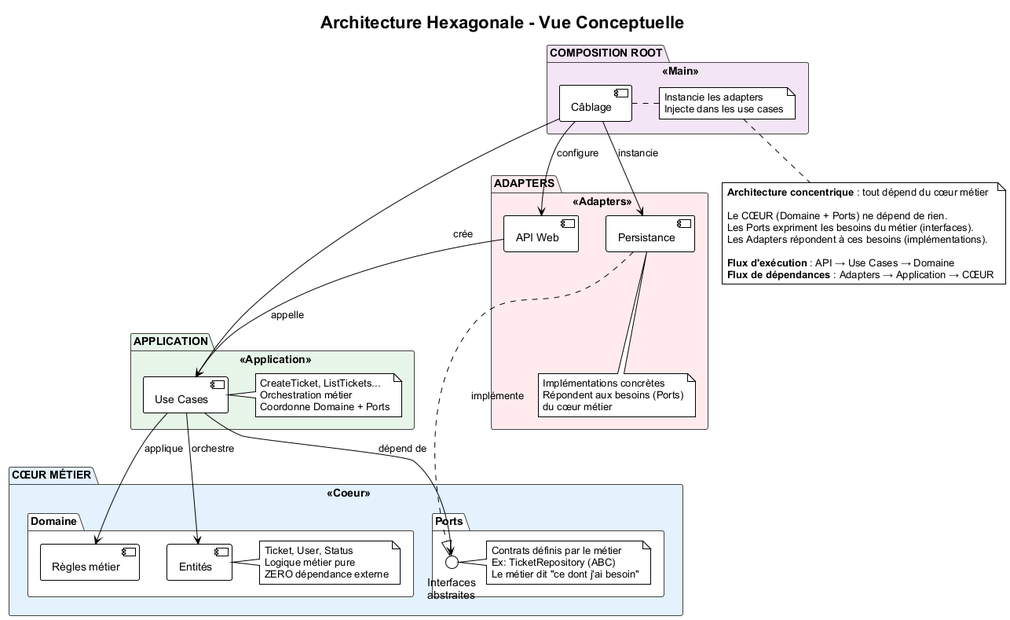
The PlantUML diagram docs/architecture/01_vue_conceptuelle.png in Marcennaji/architecture-logicielle-BUT2-ressources, before a commit.
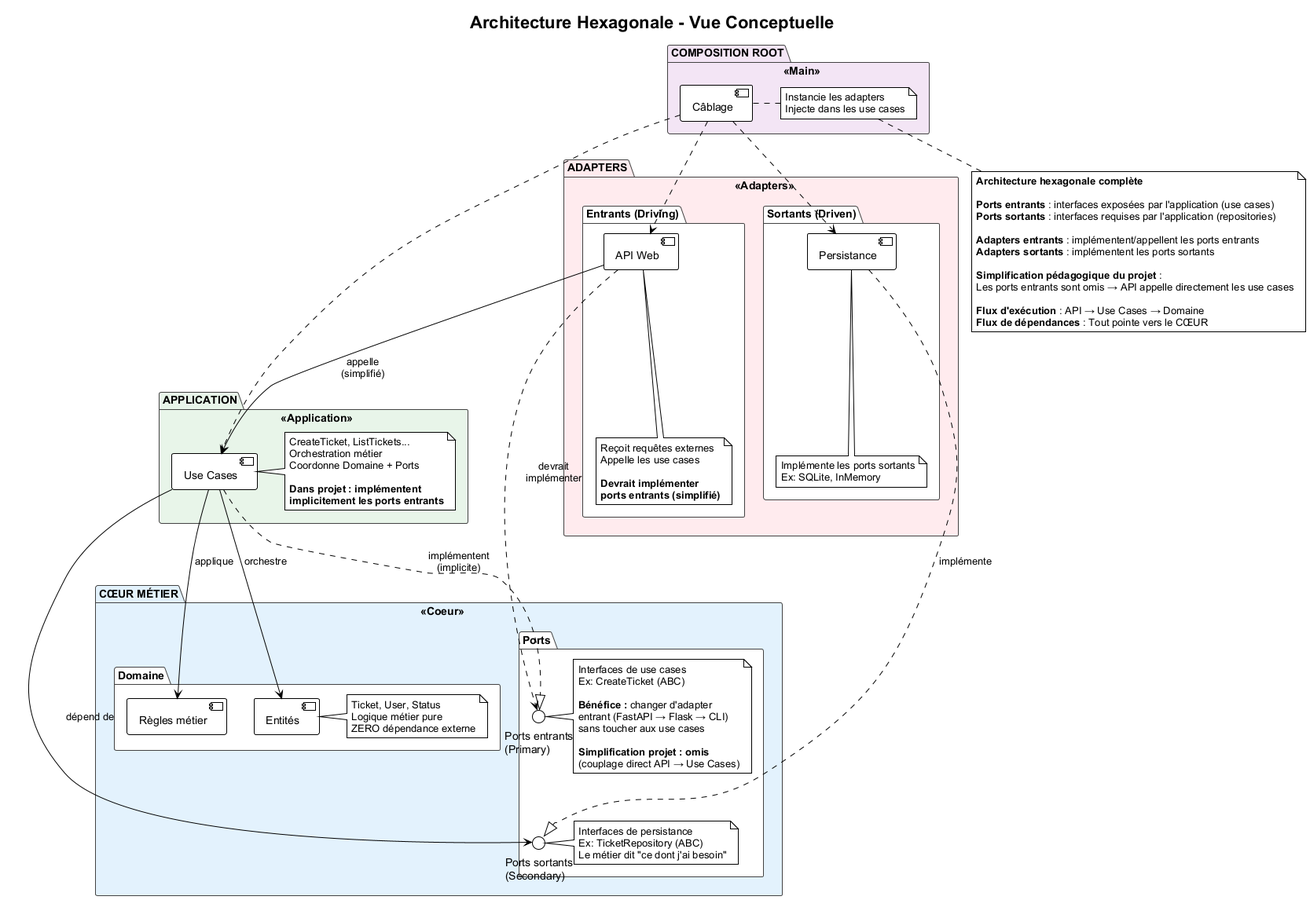
The same diagram one commit later.

Commit message:
modif schema vue conceptuelle

The edit, as a diff of the source:
```diff
@@ -26,9 +26,25 @@
   }
 
   package "Ports" {
-    interface "Interfaces\nabstraites" as ports
-    note right of ports
-      Contrats définis par le métier
+    interface "Ports entrants\n(Primary)" as ports_in
+    interface "Ports sortants\n(Secondary)" as ports_out
+
+    ports_in -[hidden]- ports_out
+
+    note right of ports_in
+      Interfaces de use cases
+      Ex: CreateTicket (ABC)
+
+      **Bénéfice :** changer d'adapter
+      entrant (FastAPI → Flask → CLI)
+      sans toucher aux use cases
+
+      **Simplification projet : omis**
+      (couplage direct API → Use Cases)
+    end note
+
+    note right of ports_out
+      Interfaces de persistance
       Ex: TicketRepository (ABC)
       Le métier dit "ce dont j'ai besoin"
     end note
@@ -41,17 +57,31 @@
     CreateTicket, ListTickets...
     Orchestration métier
     Coordonne Domaine + Ports
+
+    **Dans projet : implémentent**
+    **implicitement les ports entrants**
   end note
 }
 
 package "ADAPTERS" <<Adapters>> {
-  [API Web]
-  [Persistance]
-  note bottom of [Persistance]
-    Implémentations concrètes
-    Répondent aux besoins (Ports)
-    du cœur métier
-  end note
+  package "Entrants (Driving)" {
+    [API Web]
+    note bottom of [API Web]
+      Reçoit requêtes externes
+      Appelle les use cases
+
+      **Devrait implémenter**
+      **ports entrants (simplifié)**
+    end note
+  }
+
+  package "Sortants (Driven)" {
+    [Persistance]
+    note bottom of [Persistance]
+      Implémente les ports sortants
+      Ex: SQLite, InMemory
+    end note
+  }
 }
 
 package "COMPOSITION ROOT" <<Main>> {
@@ -64,24 +94,32 @@
 
 [Use Cases] --> [Entités] : orchestre
 [Use Cases] --> [Règles métier] : applique
-[Use Cases] --> ports : dépend de
+[Use Cases] ..|> ports_in : implémentent\n(implicite)
+[Use Cases] --> ports_out : dépend de
 
-[Persistance] ..|> ports : implémente
-[API Web] --> [Use Cases] : appelle
+[Persistance] ..|> ports_out : implémente
 
-[Câblage] --> [API Web] : configure
-[Câblage] --> [Use Cases] : crée
-[Câblage] --> [Persistance] : instancie
+[API Web] ..> ports_in : devrait\nimplémenter
+[API Web] --> [Use Cases] : appelle\n(simplifié)
+
+[Câblage] ..> [API Web]
+[Câblage] ..> [Persistance]
+[Câblage] ..> [Use Cases]
 
 note bottom
-  **Architecture concentrique** : tout dépend du cœur métier
+  **Architecture hexagonale complète**
 
-  Le CŒUR (Domaine + Ports) ne dépend de rien.
-  Les Ports expriment les besoins du métier (interfaces).
-  Les Adapters répondent à ces besoins (implémentations).
+  **Ports entrants** : interfaces exposées par l'application (use cases)
+  **Ports sortants** : interfaces requises par l'application (repositories)
+
+  **Adapters entrants** : implémentent/appellent les ports entrants
+  **Adapters sortants** : implémentent les ports sortants
+
+  **Simplification pédagogique du projet** :
+  Les ports entrants sont omis → API appelle directement les use cases
 
   **Flux d'exécution** : API → Use Cases → Domaine
-  **Flux de dépendances** : Adapters → Application → CŒUR
+  **Flux de dépendances** : Tout pointe vers le CŒUR
 end note
 
 @enduml
```
